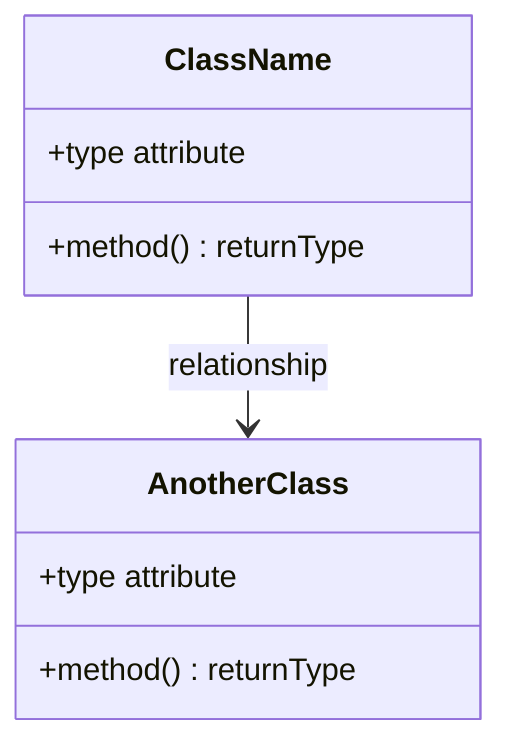
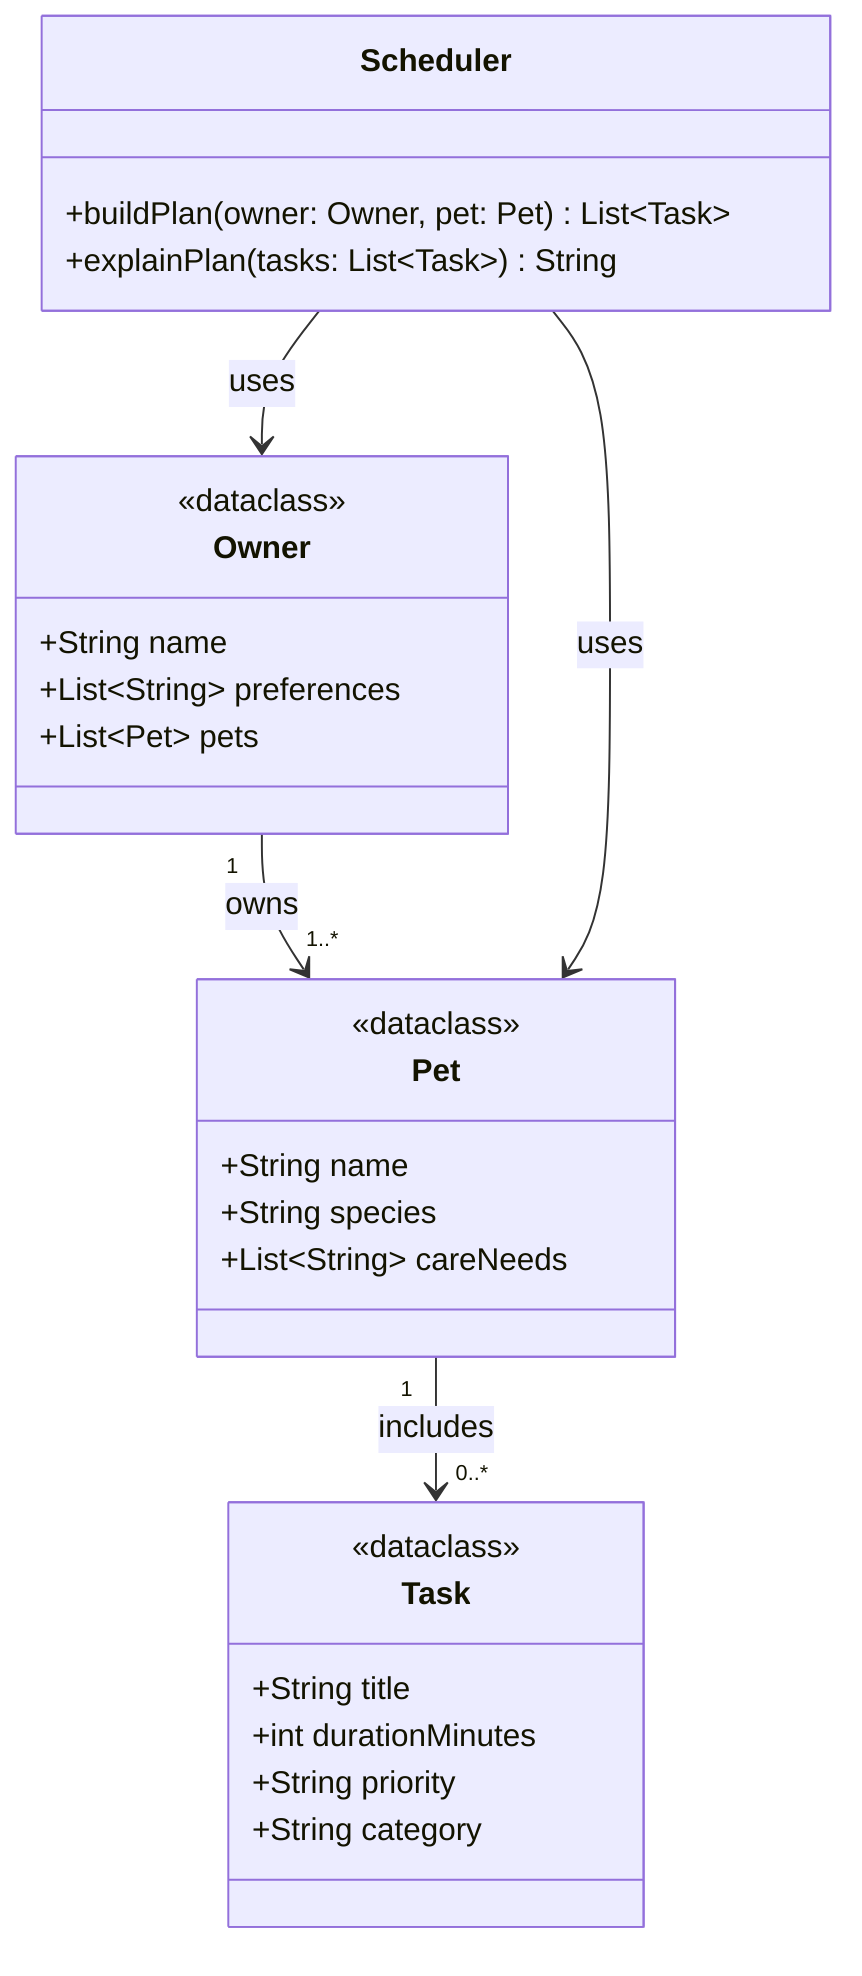
classDiagram
-     %% Replace the placeholders below with your actual classes, attributes, methods, and relationships.
-     %% Keep this file updated so it matches your final implementation.
- 
-     class ClassName {
-         +type attribute
-         +method() returnType
+     class Owner <<dataclass>> {
+         +String name
+         +List~String~ preferences
+         +List~Pet~ pets
    }

-     class AnotherClass {
-         +type attribute
-         +method() returnType
+     class Pet <<dataclass>> {
+         +String name
+         +String species
+         +List~String~ careNeeds
    }

-     ClassName --> AnotherClass : relationship
+     class Task <<dataclass>> {
+         +String title
+         +int durationMinutes
+         +String priority
+         +String category
+     }
+ 
+     class Scheduler {
+         +buildPlan(owner: Owner, pet: Pet) List~Task~
+         +explainPlan(tasks: List~Task~) String
+     }
+ 
+     Owner "1" --> "1..*" Pet : owns
+     Pet "1" --> "0..*" Task : includes
+     Scheduler --> Owner : uses
+     Scheduler --> Pet : uses